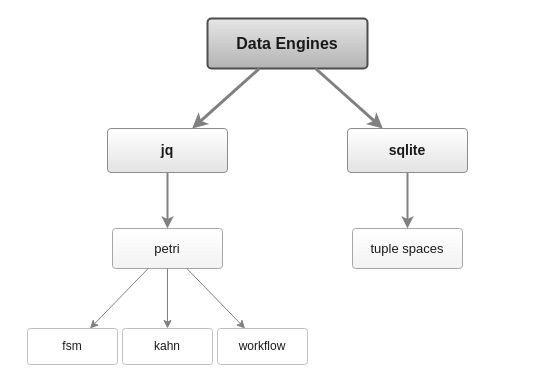
Before: docs/img/data-engines.drawio in Robot-Wranglers/ape-make, a draw.io diagram. Source tidied: cells renumbered, new cells numbered last; positions are measured from the earlier drawing's top-left corner, leaving out a move shared by most shapes. Both pictures are drawn from the tidied source at 100%, with x=0, y=0 at pixel (27, 18).
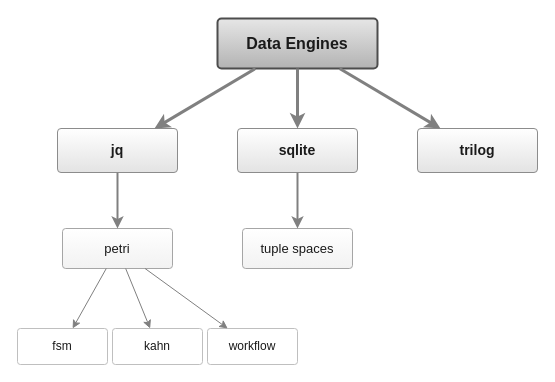
The same page after the edit.

What changed in the source:
```diff
@@
 <mxGraphModel>
   <root>
     <mxCell id="0" />
     <mxCell id="1" parent="0" />
     <mxCell id="2" value="&lt;b&gt;Data Engines&lt;/b&gt;" style="rounded=1;arcSize=8;whiteSpace=wrap;html=1;fillColor=#E6E6E6;gradientColor=#B3B3B3;strokeColor=#4D4D4D;fontColor=#1a1a1a;fontSize=16;strokeWidth=2;" parent="1" vertex="1">
-      <mxGeometry x="180" width="160" height="50" as="geometry" />
+      <mxGeometry x="190" width="160" height="50" as="geometry" />
     </mxCell>
     <mxCell id="3" value="&lt;b&gt;jq&lt;/b&gt;" style="rounded=1;arcSize=8;whiteSpace=wrap;html=1;fillColor=#FFFFFF;gradientColor=#E3E3E3;strokeColor=#8C8C8C;fontColor=#1a1a1a;fontSize=14;" parent="1" vertex="1">
-      <mxGeometry x="80" y="110" width="120" height="44" as="geometry" />
+      <mxGeometry x="30" y="110" width="120" height="44" as="geometry" />
     </mxCell>
     <mxCell id="4" value="&lt;b&gt;sqlite&lt;/b&gt;" style="rounded=1;arcSize=8;whiteSpace=wrap;html=1;fillColor=#FFFFFF;gradientColor=#E3E3E3;strokeColor=#8C8C8C;fontColor=#1a1a1a;fontSize=14;" parent="1" vertex="1">
-      <mxGeometry x="320" y="110" width="120" height="44" as="geometry" />
+      <mxGeometry x="210" y="110" width="120" height="44" as="geometry" />
     </mxCell>
+    <mxCell id="17" value="&lt;b&gt;trilog&lt;/b&gt;" style="rounded=1;arcSize=8;whiteSpace=wrap;html=1;fillColor=#FFFFFF;gradientColor=#E3E3E3;strokeColor=#8C8C8C;fontColor=#1a1a1a;fontSize=14;" parent="1" vertex="1">
+      <mxGeometry x="390" y="110" width="120" height="44" as="geometry" />
+    </mxCell>
     <mxCell id="5" value="petri" style="rounded=1;arcSize=8;whiteSpace=wrap;html=1;fillColor=#FFFFFF;gradientColor=#F2F2F2;strokeColor=#A6A6A6;fontColor=#1a1a1a;fontSize=13;" parent="1" vertex="1">
-      <mxGeometry x="85" y="210" width="110" height="40" as="geometry" />
+      <mxGeometry x="35" y="210" width="110" height="40" as="geometry" />
     </mxCell>
     <mxCell id="6" value="tuple spaces" style="rounded=1;arcSize=8;whiteSpace=wrap;html=1;fillColor=#FFFFFF;gradientColor=#F2F2F2;strokeColor=#A6A6A6;fontColor=#1a1a1a;fontSize=13;" parent="1" vertex="1">
-      <mxGeometry x="325" y="210" width="110" height="40" as="geometry" />
+      <mxGeometry x="215" y="210" width="110" height="40" as="geometry" />
     </mxCell>
     <mxCell id="7" value="fsm" style="rounded=1;arcSize=8;whiteSpace=wrap;html=1;fillColor=#FFFFFF;strokeColor=#BFBFBF;fontColor=#1a1a1a;fontSize=12;" parent="1" vertex="1">
-      <mxGeometry y="310" width="90" height="36" as="geometry" />
+      <mxGeometry x="-10" y="310" width="90" height="36" as="geometry" />
     </mxCell>
     <mxCell id="8" value="kahn" style="rounded=1;arcSize=8;whiteSpace=wrap;html=1;fillColor=#FFFFFF;strokeColor=#BFBFBF;fontColor=#1a1a1a;fontSize=12;" parent="1" vertex="1">
-      <mxGeometry x="95" y="310" width="90" height="36" as="geometry" />
+      <mxGeometry x="85" y="310" width="90" height="36" as="geometry" />
     </mxCell>
     <mxCell id="9" value="workflow" style="rounded=1;arcSize=8;whiteSpace=wrap;html=1;fillColor=#FFFFFF;strokeColor=#BFBFBF;fontColor=#1a1a1a;fontSize=12;" parent="1" vertex="1">
-      <mxGeometry x="190" y="310" width="90" height="36" as="geometry" />
+      <mxGeometry x="180" y="310" width="90" height="36" as="geometry" />
     </mxCell>
     <mxCell id="10" style="html=1;endArrow=classic;strokeColor=#808080;strokeWidth=3;rounded=1;" parent="1" edge="1" source="2" target="3">
       <mxGeometry relative="1" as="geometry" />
     </mxCell>
     <mxCell id="11" style="html=1;endArrow=classic;strokeColor=#808080;strokeWidth=3;rounded=1;" parent="1" edge="1" source="2" target="4">
       <mxGeometry relative="1" as="geometry" />
     </mxCell>
+    <mxCell id="18" style="html=1;endArrow=classic;strokeColor=#808080;strokeWidth=3;rounded=1;" parent="1" edge="1" source="2" target="17">
+      <mxGeometry relative="1" as="geometry" />
+    </mxCell>
     <mxCell id="12" style="html=1;endArrow=classic;strokeColor=#808080;strokeWidth=2;rounded=1;" parent="1" edge="1" source="3" target="5">
       <mxGeometry relative="1" as="geometry" />
     </mxCell>
     <mxCell id="13" style="html=1;endArrow=classic;strokeColor=#808080;strokeWidth=2;rounded=1;" parent="1" edge="1" source="4" target="6">
       <mxGeometry relative="1" as="geometry" />
     </mxCell>
     <mxCell id="14" style="html=1;endArrow=classic;strokeColor=#808080;strokeWidth=1;rounded=1;" parent="1" edge="1" source="5" target="7">
       <mxGeometry relative="1" as="geometry" />
     </mxCell>
     <mxCell id="15" style="html=1;endArrow=classic;strokeColor=#808080;strokeWidth=1;rounded=1;" parent="1" edge="1" source="5" target="8">
       <mxGeometry relative="1" as="geometry" />
     </mxCell>
     <mxCell id="16" style="html=1;endArrow=classic;strokeColor=#808080;strokeWidth=1;rounded=1;" parent="1" edge="1" source="5" target="9">
       <mxGeometry relative="1" as="geometry" />
     </mxCell>
   </root>
 </mxGraphModel>
```
